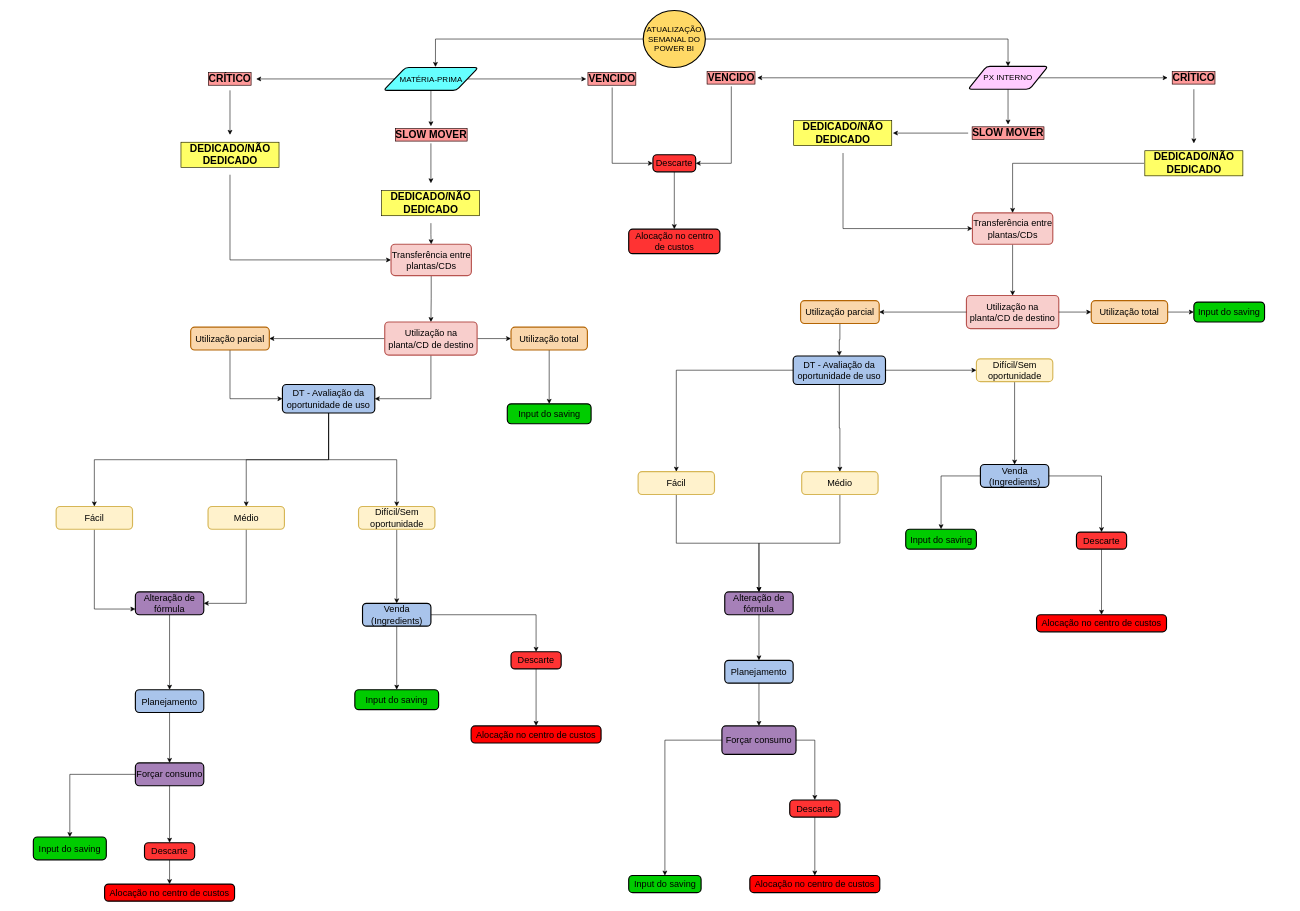
Above: page "MP e PX interno" (3 of 5) of Untitled Diagram.drawio in geovanafsantos/ascoisatudo (draw.io), before the change. Source tidied: cells renumbered, new cells numbered last; positions are measured from the earlier drawing's top-left corner, leaving out a move shared by most shapes. Both pictures are drawn from the tidied source at 57%, with x=0, y=0 at pixel (33, 10).
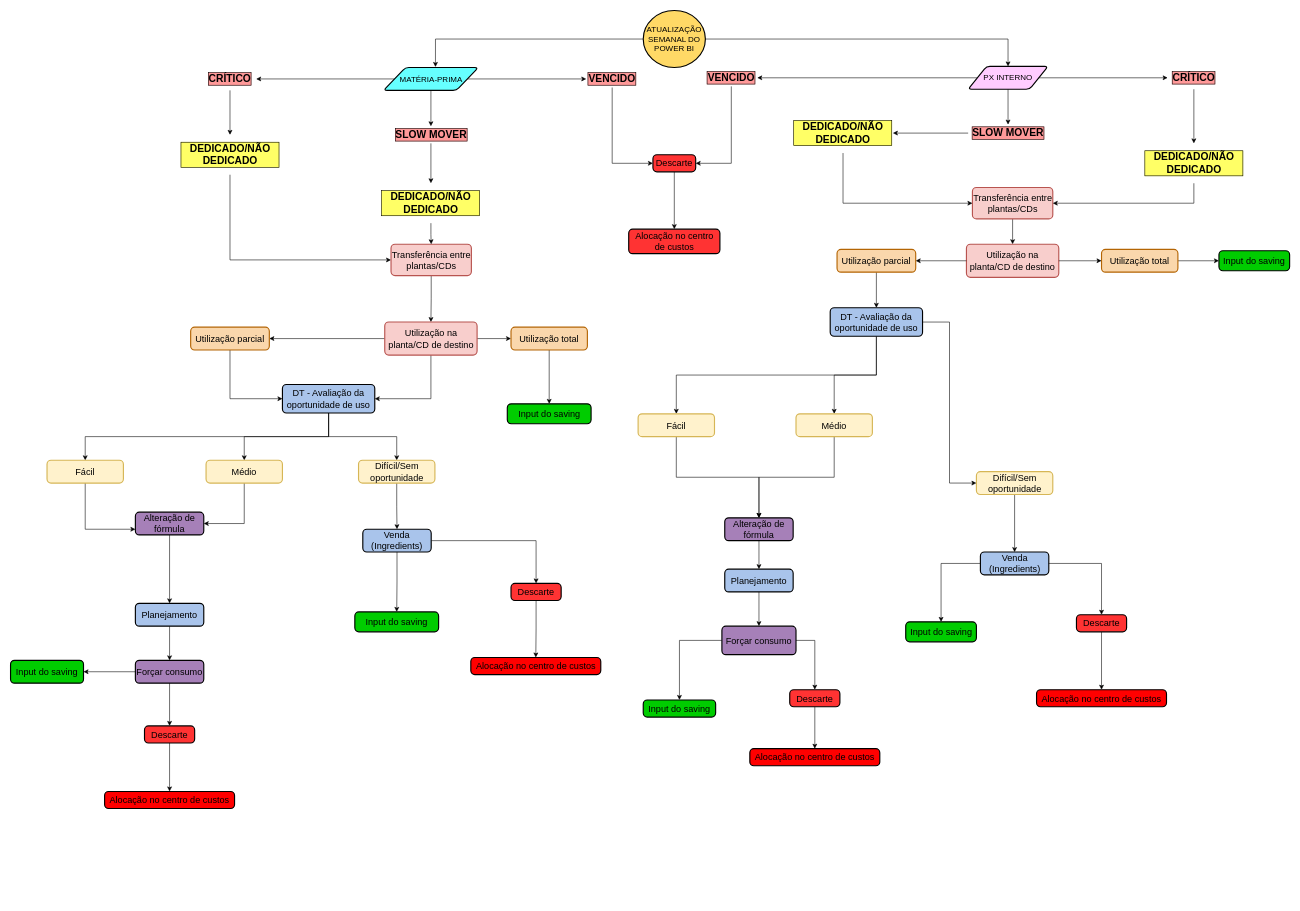
Above is the later version.

The change refers to these unchanged cells:
```xml
<mxCell id="112" value="DEDICADO/NÃO DEDICADO" style="text;html=1;strokeColor=none;fillColor=none;align=center;verticalAlign=middle;whiteSpace=wrap;rounded=0;labelBackgroundColor=#FFFF66;fontSize=18;labelBorderColor=#000000;fontStyle=1;" parent="1" vertex="1">
  <mxGeometry x="1948.5" y="233" width="175" height="70" as="geometry" />
</mxCell>
```

The edit, as a diff of the source:
```diff
@@
     <mxCell id="33" value="&lt;font style=&quot;font-size: 16px;&quot;&gt;Alteração de fórmula&lt;/font&gt;" style="rounded=1;whiteSpace=wrap;html=1;absoluteArcSize=1;arcSize=14;strokeWidth=2;labelBackgroundColor=none;fontSize=16;fillColor=#A680B8;" parent="1" vertex="1">
-      <mxGeometry x="179" y="1020" width="120" height="40" as="geometry" />
+      <mxGeometry x="179" y="880" width="120" height="40" as="geometry" />
     </mxCell>
@@
     <mxCell id="35" value="&lt;font style=&quot;font-size: 16px;&quot;&gt;Planejamento&lt;/font&gt;" style="rounded=1;whiteSpace=wrap;html=1;absoluteArcSize=1;arcSize=14;strokeWidth=2;labelBackgroundColor=none;fontSize=16;fillColor=#A9C4EB;" parent="1" vertex="1">
-      <mxGeometry x="179" y="1191.5" width="120" height="40" as="geometry" />
+      <mxGeometry x="179" y="1040" width="120" height="40" as="geometry" />
     </mxCell>
     <mxCell id="36" value="&lt;font style=&quot;font-size: 16px;&quot;&gt;Forçar consumo&lt;/font&gt;" style="rounded=1;whiteSpace=wrap;html=1;absoluteArcSize=1;arcSize=14;strokeWidth=2;labelBackgroundColor=none;fontSize=16;fillColor=#A680B8;" parent="1" vertex="1">
-      <mxGeometry x="179" y="1320" width="120" height="40" as="geometry" />
+      <mxGeometry x="179" y="1140" width="120" height="40" as="geometry" />
     </mxCell>
@@
     <mxCell id="39" value="&lt;span style=&quot;font-size: 16px;&quot;&gt;Venda (Ingredients)&lt;/span&gt;" style="rounded=1;whiteSpace=wrap;html=1;absoluteArcSize=1;arcSize=14;strokeWidth=2;labelBackgroundColor=none;fontSize=16;fillColor=#A9C4EB;" parent="1" vertex="1">
-      <mxGeometry x="577.5" y="1040" width="120" height="40" as="geometry" />
+      <mxGeometry x="578" y="910" width="120" height="40" as="geometry" />
     </mxCell>
@@
     <mxCell id="41" value="&lt;font style=&quot;font-size: 16px;&quot;&gt;Alteração de fórmula&lt;/font&gt;" style="rounded=1;whiteSpace=wrap;html=1;absoluteArcSize=1;arcSize=14;strokeWidth=2;labelBackgroundColor=none;fontSize=16;fillColor=#A680B8;" parent="1" vertex="1">
-      <mxGeometry x="1213" y="1020" width="120" height="40" as="geometry" />
+      <mxGeometry x="1213" y="890" width="120" height="40" as="geometry" />
     </mxCell>
@@
     <mxCell id="43" value="&lt;span style=&quot;font-size: 16px;&quot;&gt;Venda (Ingredients)&lt;/span&gt;" style="rounded=1;whiteSpace=wrap;html=1;absoluteArcSize=1;arcSize=14;strokeWidth=2;labelBackgroundColor=none;fontSize=16;fillColor=#A9C4EB;" parent="1" vertex="1">
-      <mxGeometry x="1661.5" y="796.5" width="120" height="40" as="geometry" />
+      <mxGeometry x="1661.5" y="950" width="120" height="40" as="geometry" />
     </mxCell>
@@
     <mxCell id="45" value="&lt;font style=&quot;font-size: 16px;&quot;&gt;Planejamento&lt;/font&gt;" style="rounded=1;whiteSpace=wrap;html=1;absoluteArcSize=1;arcSize=14;strokeWidth=2;labelBackgroundColor=none;fontSize=16;fillColor=#A9C4EB;" parent="1" vertex="1">
-      <mxGeometry x="1213" y="1140" width="120" height="40" as="geometry" />
+      <mxGeometry x="1213" y="980" width="120" height="40" as="geometry" />
     </mxCell>
@@
     <mxCell id="48" value="&lt;font style=&quot;font-size: 16px;&quot;&gt;Forçar consumo&lt;/font&gt;" style="rounded=1;whiteSpace=wrap;html=1;absoluteArcSize=1;arcSize=14;strokeWidth=2;labelBackgroundColor=none;fontSize=16;fillColor=#A680B8;" parent="1" vertex="1">
-      <mxGeometry x="1208" y="1255" width="130" height="50" as="geometry" />
+      <mxGeometry x="1208" y="1080" width="130" height="50" as="geometry" />
     </mxCell>
     <mxCell id="49" value="&lt;font style=&quot;font-size: 16px;&quot;&gt;Input do saving&lt;/font&gt;" style="rounded=1;whiteSpace=wrap;html=1;absoluteArcSize=1;arcSize=14;strokeWidth=2;labelBackgroundColor=none;fontSize=16;fillColor=#00CC00;" parent="1" vertex="1">
-      <mxGeometry x="1044.5" y="1517.5" width="127" height="30" as="geometry" />
+      <mxGeometry x="1070" y="1209.5" width="127" height="30" as="geometry" />
     </mxCell>
@@
     <mxCell id="51" value="&lt;font style=&quot;font-size: 16px;&quot;&gt;Descarte&lt;/font&gt;" style="rounded=1;whiteSpace=wrap;html=1;absoluteArcSize=1;arcSize=14;strokeWidth=2;labelBackgroundColor=none;fontSize=16;fillColor=#FF3333;" parent="1" vertex="1">
-      <mxGeometry x="1327" y="1385" width="88" height="30" as="geometry" />
+      <mxGeometry x="1327" y="1191.5" width="88" height="30" as="geometry" />
     </mxCell>
     <mxCell id="52" value="&lt;font style=&quot;font-size: 16px;&quot;&gt;Alocação no centro de custos&lt;/font&gt;" style="rounded=1;whiteSpace=wrap;html=1;absoluteArcSize=1;arcSize=14;strokeWidth=2;labelBackgroundColor=none;fontSize=16;fillColor=#FF0000;" parent="1" vertex="1">
-      <mxGeometry x="1257" y="1517.5" width="228" height="30" as="geometry" />
+      <mxGeometry x="1257" y="1295" width="228" height="30" as="geometry" />
     </mxCell>
@@
     <mxCell id="56" value="&lt;font style=&quot;font-size: 16px;&quot;&gt;Input do saving&lt;/font&gt;" style="rounded=1;whiteSpace=wrap;html=1;absoluteArcSize=1;arcSize=14;strokeWidth=2;labelBackgroundColor=none;fontSize=16;fillColor=#00CC00;" parent="1" vertex="1">
-      <mxGeometry x="1530.5" y="910" width="124" height="35" as="geometry" />
+      <mxGeometry x="1530.5" y="1072.5" width="124" height="35" as="geometry" />
     </mxCell>
@@
     <mxCell id="58" value="&lt;font style=&quot;font-size: 16px;&quot;&gt;Descarte&lt;/font&gt;" style="rounded=1;whiteSpace=wrap;html=1;absoluteArcSize=1;arcSize=14;strokeWidth=2;labelBackgroundColor=none;fontSize=16;fillColor=#FF3333;" parent="1" vertex="1">
-      <mxGeometry x="1830" y="915" width="88" height="30" as="geometry" />
+      <mxGeometry x="1830" y="1060" width="88" height="30" as="geometry" />
     </mxCell>
     <mxCell id="59" value="&lt;font style=&quot;font-size: 16px;&quot;&gt;Alocação no centro de custos&lt;/font&gt;" style="rounded=1;whiteSpace=wrap;html=1;absoluteArcSize=1;arcSize=14;strokeWidth=2;labelBackgroundColor=none;fontSize=16;fillColor=#FF0000;" parent="1" vertex="1">
-      <mxGeometry x="1760" y="1060" width="228" height="30" as="geometry" />
+      <mxGeometry x="1760" y="1191.5" width="228" height="30" as="geometry" />
     </mxCell>
     <mxCell id="60" value="&lt;font style=&quot;font-size: 16px;&quot;&gt;Input do saving&lt;/font&gt;" style="rounded=1;whiteSpace=wrap;html=1;absoluteArcSize=1;arcSize=14;strokeWidth=2;labelBackgroundColor=none;fontSize=16;fillColor=#00CC00;" parent="1" vertex="1">
-      <mxGeometry x="564" y="1191.5" width="147" height="35" as="geometry" />
+      <mxGeometry x="564" y="1055" width="147" height="35" as="geometry" />
     </mxCell>
@@
     <mxCell id="62" value="&lt;font style=&quot;font-size: 16px;&quot;&gt;Descarte&lt;/font&gt;" style="rounded=1;whiteSpace=wrap;html=1;absoluteArcSize=1;arcSize=14;strokeWidth=2;labelBackgroundColor=none;fontSize=16;fillColor=#FF3333;" parent="1" vertex="1">
-      <mxGeometry x="838" y="1125" width="88" height="30" as="geometry" />
+      <mxGeometry x="838" y="1005" width="88" height="30" as="geometry" />
     </mxCell>
     <mxCell id="63" value="&lt;font style=&quot;font-size: 16px;&quot;&gt;Alocação no centro de custos&lt;/font&gt;" style="rounded=1;whiteSpace=wrap;html=1;absoluteArcSize=1;arcSize=14;strokeWidth=2;labelBackgroundColor=none;fontSize=16;fillColor=#FF0000;" parent="1" vertex="1">
-      <mxGeometry x="768" y="1255" width="228" height="30" as="geometry" />
+      <mxGeometry x="767.5" y="1135" width="228" height="30" as="geometry" />
     </mxCell>
@@
-    <mxCell id="65" style="edgeStyle=orthogonalEdgeStyle;rounded=0;jettySize=auto;html=1;entryX=0.5;entryY=0;entryDx=0;entryDy=0;exitX=0;exitY=0.5;exitDx=0;exitDy=0;" parent="1" edge="1" source="36" target="66">
+    <mxCell id="65" style="edgeStyle=orthogonalEdgeStyle;rounded=0;jettySize=auto;html=1;entryX=1;entryY=0.5;entryDx=0;entryDy=0;exitX=0;exitY=0.5;exitDx=0;exitDy=0;" parent="1" edge="1" source="36" target="66">
       <mxGeometry relative="1" as="geometry" />
     </mxCell>
     <mxCell id="66" value="&lt;font style=&quot;font-size: 16px;&quot;&gt;Input do saving&lt;/font&gt;" style="rounded=1;whiteSpace=wrap;html=1;absoluteArcSize=1;arcSize=14;strokeWidth=2;labelBackgroundColor=none;fontSize=16;fillColor=#00CC00;" parent="1" vertex="1">
-      <mxGeometry y="1450" width="128" height="40" as="geometry" />
+      <mxGeometry x="-40" y="1140" width="128" height="40" as="geometry" />
     </mxCell>
@@
     <mxCell id="68" value="&lt;font style=&quot;font-size: 16px;&quot;&gt;Descarte&lt;/font&gt;" style="rounded=1;whiteSpace=wrap;html=1;absoluteArcSize=1;arcSize=14;strokeWidth=2;labelBackgroundColor=none;fontSize=16;fillColor=#FF3333;" parent="1" vertex="1">
-      <mxGeometry x="195" y="1460" width="88" height="30" as="geometry" />
+      <mxGeometry x="195" y="1255" width="88" height="30" as="geometry" />
     </mxCell>
     <mxCell id="69" value="&lt;font style=&quot;font-size: 16px;&quot;&gt;Alocação no centro de custos&lt;/font&gt;" style="rounded=1;whiteSpace=wrap;html=1;absoluteArcSize=1;arcSize=14;strokeWidth=2;labelBackgroundColor=none;fontSize=16;fillColor=#FF0000;" parent="1" vertex="1">
-      <mxGeometry x="125" y="1532.5" width="228" height="30" as="geometry" />
+      <mxGeometry x="125" y="1370" width="228" height="30" as="geometry" />
     </mxCell>
@@
     <mxCell id="82" value="Transferência entre plantas/CDs" style="rounded=1;whiteSpace=wrap;html=1;absoluteArcSize=1;arcSize=14;strokeWidth=2;labelBackgroundColor=none;fontSize=16;fillColor=#f8cecc;strokeColor=#b85450;" parent="1" vertex="1">
-      <mxGeometry x="1647.5" y="355" width="141" height="55" as="geometry" />
+      <mxGeometry x="1647.5" y="310.5" width="141" height="55" as="geometry" />
     </mxCell>
     <mxCell id="83" value="Utilização na planta/CD de destino" style="rounded=1;whiteSpace=wrap;html=1;absoluteArcSize=1;arcSize=14;strokeWidth=2;labelBackgroundColor=none;fontSize=16;fillColor=#f8cecc;strokeColor=#b85450;" parent="1" vertex="1">
-      <mxGeometry x="1637" y="500" width="162" height="58" as="geometry" />
+      <mxGeometry x="1637" y="410" width="162" height="58" as="geometry" />
     </mxCell>
@@
     <mxCell id="85" value="Fácil" style="rounded=1;whiteSpace=wrap;html=1;absoluteArcSize=1;arcSize=14;strokeWidth=2;labelBackgroundColor=none;fontSize=16;fillColor=#fff2cc;strokeColor=#d6b656;" parent="1" vertex="1">
-      <mxGeometry x="40" y="870" width="134" height="40" as="geometry" />
+      <mxGeometry x="24" y="789" width="134" height="40" as="geometry" />
     </mxCell>
@@
     <mxCell id="87" value="Médio" style="rounded=1;whiteSpace=wrap;html=1;absoluteArcSize=1;arcSize=14;strokeWidth=2;labelBackgroundColor=none;fontSize=16;fillColor=#fff2cc;strokeColor=#d6b656;" parent="1" vertex="1">
-      <mxGeometry x="306.5" y="870" width="134" height="40" as="geometry" />
+      <mxGeometry x="303" y="789" width="134" height="40" as="geometry" />
     </mxCell>
     <mxCell id="88" value="Difícil/Sem oportunidade" style="rounded=1;whiteSpace=wrap;html=1;absoluteArcSize=1;arcSize=14;strokeWidth=2;labelBackgroundColor=none;fontSize=16;fillColor=#fff2cc;strokeColor=#d6b656;" parent="1" vertex="1">
-      <mxGeometry x="570.5" y="870" width="134" height="40" as="geometry" />
+      <mxGeometry x="570.5" y="789" width="134" height="40" as="geometry" />
     </mxCell>
@@
-    <mxCell id="90" style="edgeStyle=orthogonalEdgeStyle;rounded=0;jettySize=auto;html=1;entryX=0.5;entryY=0;entryDx=0;entryDy=0;fontSize=16;" parent="1" edge="1" source="93" target="95">
+    <mxCell id="90" style="edgeStyle=orthogonalEdgeStyle;rounded=0;jettySize=auto;html=1;entryX=0.5;entryY=0;entryDx=0;entryDy=0;fontSize=16;exitX=0.5;exitY=1;exitDx=0;exitDy=0;" parent="1" edge="1" source="93" target="95">
       <mxGeometry relative="1" as="geometry" />
     </mxCell>
@@
     <mxCell id="93" value="&lt;font style=&quot;font-size: 16px&quot;&gt;DT - Avaliação da oportunidade de uso&lt;/font&gt;" style="rounded=1;whiteSpace=wrap;html=1;absoluteArcSize=1;arcSize=14;strokeWidth=2;labelBackgroundColor=none;fontSize=14;fillColor=#A9C4EB;" parent="1" vertex="1">
-      <mxGeometry x="1333" y="606" width="162" height="50" as="geometry" />
+      <mxGeometry x="1398" y="521.5" width="162" height="50" as="geometry" />
     </mxCell>
@@
     <mxCell id="95" value="Fácil" style="rounded=1;whiteSpace=wrap;html=1;absoluteArcSize=1;arcSize=14;strokeWidth=2;labelBackgroundColor=none;fontSize=16;fillColor=#fff2cc;strokeColor=#d6b656;" parent="1" vertex="1">
-      <mxGeometry x="1061" y="809" width="134" height="40" as="geometry" />
+      <mxGeometry x="1061" y="707.5" width="134" height="40" as="geometry" />
     </mxCell>
@@
     <mxCell id="97" value="Médio" style="rounded=1;whiteSpace=wrap;html=1;absoluteArcSize=1;arcSize=14;strokeWidth=2;labelBackgroundColor=none;fontSize=16;fillColor=#fff2cc;strokeColor=#d6b656;" parent="1" vertex="1">
-      <mxGeometry x="1348" y="809" width="134" height="40" as="geometry" />
+      <mxGeometry x="1338" y="707.5" width="134" height="40" as="geometry" />
     </mxCell>
@@
     <mxCell id="99" value="Difícil/Sem oportunidade" style="rounded=1;whiteSpace=wrap;html=1;absoluteArcSize=1;arcSize=14;strokeWidth=2;labelBackgroundColor=none;fontSize=16;fillColor=#fff2cc;strokeColor=#d6b656;" parent="1" vertex="1">
-      <mxGeometry x="1654.5" y="611" width="134" height="40" as="geometry" />
+      <mxGeometry x="1654.5" y="809" width="134" height="40" as="geometry" />
     </mxCell>
@@
     <mxCell id="103" value="Utilização total" style="rounded=1;whiteSpace=wrap;html=1;absoluteArcSize=1;arcSize=14;strokeWidth=2;labelBackgroundColor=none;fontSize=16;fillColor=#fad7ac;strokeColor=#b46504;" parent="1" vertex="1">
-      <mxGeometry x="1856" y="509" width="134" height="40" as="geometry" />
+      <mxGeometry x="1874" y="419" width="134" height="40" as="geometry" />
     </mxCell>
@@
     <mxCell id="105" value="Utilização parcial" style="rounded=1;whiteSpace=wrap;html=1;absoluteArcSize=1;arcSize=14;strokeWidth=2;labelBackgroundColor=none;fontSize=16;fillColor=#fad7ac;strokeColor=#b46504;" parent="1" vertex="1">
-      <mxGeometry x="1346" y="509" width="138" height="40" as="geometry" />
+      <mxGeometry x="1410" y="419" width="138" height="40" as="geometry" />
     </mxCell>
     <mxCell id="106" value="&lt;font style=&quot;font-size: 16px;&quot;&gt;Input do saving&lt;/font&gt;" style="rounded=1;whiteSpace=wrap;html=1;absoluteArcSize=1;arcSize=14;strokeWidth=2;labelBackgroundColor=none;fontSize=16;fillColor=#00CC00;" parent="1" vertex="1">
-      <mxGeometry x="2036" y="511.5" width="124" height="35" as="geometry" />
+      <mxGeometry x="2080" y="421.5" width="124" height="35" as="geometry" />
     </mxCell>
@@
-    <mxCell id="111" style="edgeStyle=orthogonalEdgeStyle;rounded=0;jettySize=auto;html=1;fontSize=14;" parent="1" edge="1" source="112" target="82">
+    <mxCell id="111" style="edgeStyle=orthogonalEdgeStyle;rounded=0;jettySize=auto;html=1;fontSize=14;entryX=1;entryY=0.5;entryDx=0;entryDy=0;exitX=0.5;exitY=1;exitDx=0;exitDy=0;" parent="1" edge="1" source="112" target="82">
       <mxGeometry relative="1" as="geometry" />
     </mxCell>
```
